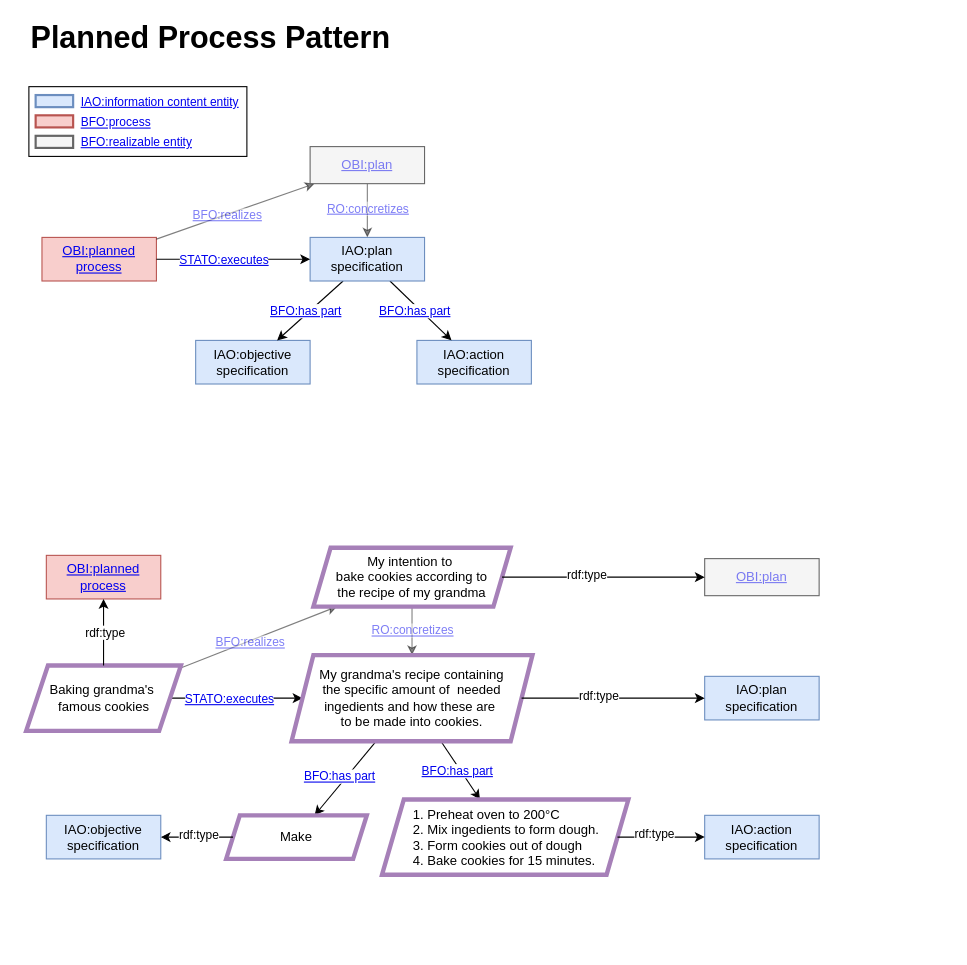
NFDI4Chem/VibrationalSpectroscopyOntology keeps this draw.io diagram as page "Planned Process Pattern" (2 of 5) of docs/images/VIBSO_T-Box_graph_views.drawio. Above is the earlier version. Source tidied: cells renumbered, new cells numbered last; positions are measured from the earlier drawing's top-left corner, leaving out a move shared by most shapes. Both pictures are drawn from the tidied source at 109%, with x=0, y=0 at pixel (25, 21).
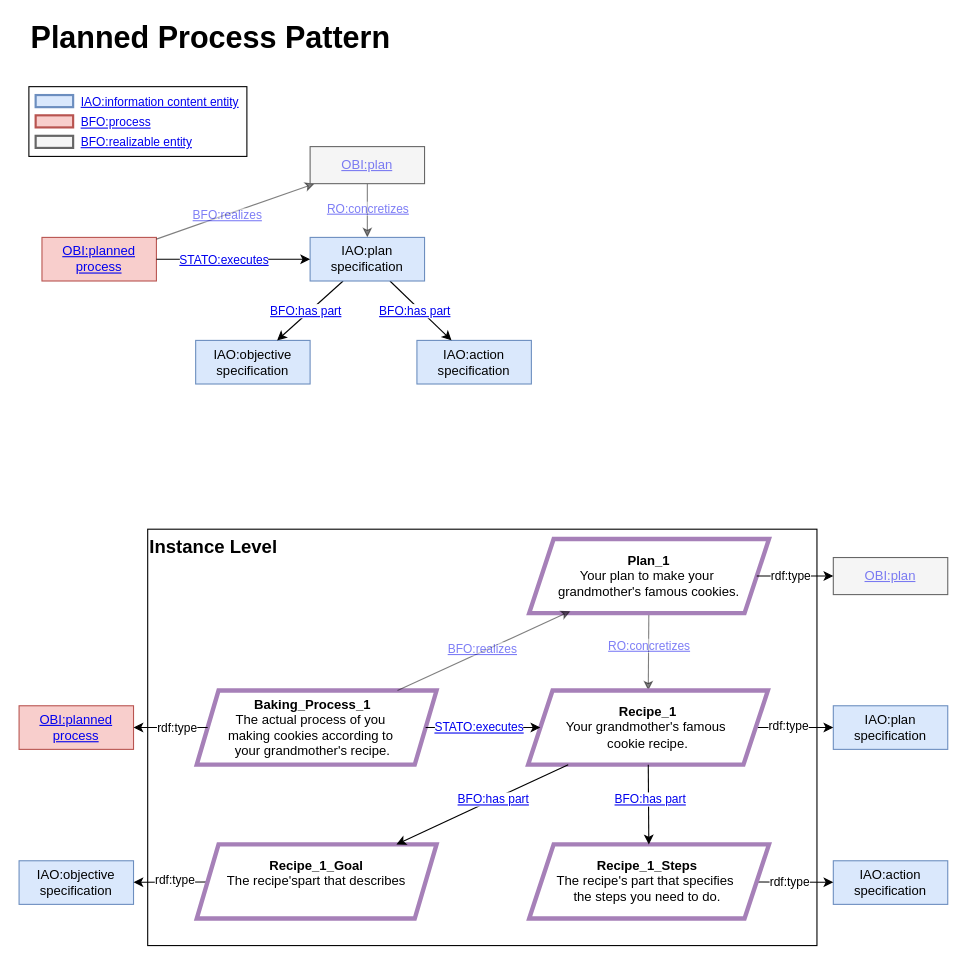
The same diagram, later.

Unchanged cells that the change refers to:
```xml
<mxCell id="48" style="rounded=0;jettySize=auto;html=1;" parent="1" edge="1" source="43" target="39">
  <mxGeometry relative="1" as="geometry" />
</mxCell>
<mxCell id="56" style="rounded=0;jettySize=auto;html=1;" parent="1" edge="1" source="45" target="38">
  <mxGeometry relative="1" as="geometry" />
</mxCell>
```

The edit, as a diff of the source:
```diff
@@
+    <mxCell id="58" value="&lt;div align=&quot;left&quot;&gt;&lt;b&gt;&lt;font style=&quot;font-size: 17px;&quot;&gt;Instance Level&lt;/font&gt;&lt;/b&gt;&lt;br&gt;&lt;/div&gt;" style="rounded=0;whiteSpace=wrap;html=1;align=left;verticalAlign=top;" parent="1" vertex="1">
+      <mxGeometry x="112" y="466" width="614" height="382" as="geometry" />
+    </mxCell>
@@
     <mxCell id="27" style="edgeStyle=none;rounded=0;orthogonalLoop=1;jettySize=auto;html=1;exitX=1;exitY=0.25;exitDx=0;exitDy=0;fontSize=12;" parent="1" edge="1">
       <mxGeometry relative="1" as="geometry">
-        <mxPoint x="490" y="578" as="sourcePoint" />
-        <mxPoint x="490" y="578" as="targetPoint" />
+        <mxPoint x="708" y="596" as="sourcePoint" />
+        <mxPoint x="708" y="596" as="targetPoint" />
       </mxGeometry>
     </mxCell>
-    <mxCell id="28" style="rounded=0;jettySize=auto;html=1;jumpStyle=arc;" parent="1" edge="1" source="44" target="47">
-      <mxGeometry relative="1" as="geometry" />
-    </mxCell>
-    <mxCell id="29" value="&lt;div&gt;&lt;a href=&quot;https://terminology.nfdi4chem.de/ts/ontologies/ro/props?iri=http%3A%2F%2Fpurl.obolibrary.org%2Fobo%2FBFO_0000051&quot;&gt;BFO:has part&lt;/a&gt;&lt;/div&gt;" style="edgeLabel;html=1;align=center;verticalAlign=middle;" parent="28" vertex="1">
-      <mxGeometry x="-0.22" y="2" relative="1" as="geometry">
-        <mxPoint x="-1" y="7" as="offset" />
-      </mxGeometry>
-    </mxCell>
-    <mxCell id="30" style="rounded=0;jettySize=auto;html=1;jumpStyle=arc;textOpacity=50;opacity=50;" parent="1" edge="1" source="45" target="43">
-      <mxGeometry relative="1" as="geometry" />
-    </mxCell>
-    <mxCell id="31" value="&lt;a href=&quot;https://terminology.nfdi4chem.de/ts/ontologies/ro/props?iri=http%3A%2F%2Fpurl.obolibrary.org%2Fobo%2FBFO_0000055&quot;&gt;BFO:realizes&lt;/a&gt;" style="edgeLabel;html=1;align=center;verticalAlign=middle;fontColor=#B3B3B3;textOpacity=50;" parent="30" vertex="1">
-      <mxGeometry x="-0.31" y="2" relative="1" as="geometry">
-        <mxPoint x="15" y="-3" as="offset" />
-      </mxGeometry>
-    </mxCell>
-    <mxCell id="32" style="rounded=0;jettySize=auto;html=1;" parent="1" edge="1" source="44" target="46">
-      <mxGeometry relative="1" as="geometry" />
-    </mxCell>
-    <mxCell id="33" value="&lt;div&gt;&lt;a href=&quot;https://terminology.nfdi4chem.de/ts/ontologies/ro/props?iri=http%3A%2F%2Fpurl.obolibrary.org%2Fobo%2FBFO_0000051&quot;&gt;BFO:has part&lt;/a&gt;&lt;/div&gt;" style="edgeLabel;html=1;align=center;verticalAlign=middle;" parent="32" vertex="1">
-      <mxGeometry x="-0.29" y="-4" relative="1" as="geometry">
-        <mxPoint x="-11" y="11" as="offset" />
-      </mxGeometry>
-    </mxCell>
-    <mxCell id="34" style="rounded=0;jettySize=auto;html=1;textOpacity=50;opacity=50;" parent="1" edge="1" source="43" target="44">
+    <mxCell id="34" style="rounded=0;jettySize=auto;html=1;textOpacity=50;opacity=50;" parent="1" edge="1" source="43" target="59">
       <mxGeometry relative="1" as="geometry" />
     </mxCell>
@@
-    <mxCell id="36" style="rounded=0;jettySize=auto;html=1;strokeColor=#000000;fontColor=#000000;" parent="1" edge="1" source="45" target="44">
-      <mxGeometry relative="1" as="geometry" />
-    </mxCell>
-    <mxCell id="37" value="&lt;a href=&quot;https://terminology.tib.eu/ts/ontologies/ms/props?iri=http%3A%2F%2Fpurl.obolibrary.org%2Fobo%2FSTATO_0000102&quot;&gt;STATO:executes&lt;/a&gt;" style="edgeLabel;html=1;align=center;verticalAlign=middle;fontColor=#000000;" parent="36" vertex="1">
-      <mxGeometry x="-0.23" y="-1" relative="1" as="geometry">
-        <mxPoint x="7" y="-1" as="offset" />
-      </mxGeometry>
-    </mxCell>
     <mxCell id="38" value="&lt;a style=&quot;background-color: initial;&quot; href=&quot;https://terminology.nfdi4chem.de/ts/ontologies/obi/terms?iri=http%3A%2F%2Fpurl.obolibrary.org%2Fobo%2FOBI_0000011&quot;&gt;OBI:planned process&lt;/a&gt;" style="rounded=0;whiteSpace=wrap;html=1;fillColor=#f8cecc;strokeColor=#b85450;" parent="1" vertex="1">
-      <mxGeometry x="19" y="490" width="105" height="40" as="geometry" />
+      <mxGeometry x="-6" y="628" width="105" height="40" as="geometry" />
     </mxCell>
     <mxCell id="39" value="&lt;a href=&quot;https://terminology.nfdi4chem.de/ts/ontologies/obi/terms?iri=http%253A%252F%252Fpurl.obolibrary.org%252Fobo%252FOBI_0000260&quot;&gt;OBI:plan&lt;/a&gt;" style="rounded=0;whiteSpace=wrap;html=1;fillColor=#f5f5f5;strokeColor=#666666;fontColor=#333333;textOpacity=50;" parent="1" vertex="1">
-      <mxGeometry x="623" y="493" width="105" height="34" as="geometry" />
+      <mxGeometry x="741" y="492" width="105" height="34" as="geometry" />
     </mxCell>
     <mxCell id="40" value="IAO:plan specification" style="rounded=0;whiteSpace=wrap;html=1;fillColor=#dae8fc;strokeColor=#6c8ebf;arcSize=15;glass=0;shadow=0;" parent="1" vertex="1">
-      <mxGeometry x="623" y="601" width="105" height="40" as="geometry" />
+      <mxGeometry x="741" y="628" width="105" height="40" as="geometry" />
     </mxCell>
     <mxCell id="41" value="IAO:action specification" style="rounded=0;whiteSpace=wrap;html=1;fillColor=#dae8fc;strokeColor=#6c8ebf;arcSize=15;glass=0;shadow=0;" parent="1" vertex="1">
-      <mxGeometry x="623" y="728.5" width="105" height="40" as="geometry" />
+      <mxGeometry x="741" y="770.2" width="105" height="40" as="geometry" />
     </mxCell>
     <mxCell id="42" value="IAO:objective specification" style="rounded=0;whiteSpace=wrap;html=1;fillColor=#dae8fc;strokeColor=#6c8ebf;" parent="1" vertex="1">
-      <mxGeometry x="19" y="728.5" width="105" height="40" as="geometry" />
+      <mxGeometry x="-6" y="770.2" width="105" height="40" as="geometry" />
     </mxCell>
-    <mxCell id="43" value="&lt;div&gt;My intention to&amp;nbsp;&lt;/div&gt;&lt;div&gt;bake cookies according to&lt;/div&gt;&lt;div&gt;the recipe of my grandma&lt;br&gt;&lt;/div&gt;" style="shape=parallelogram;perimeter=parallelogramPerimeter;whiteSpace=wrap;html=1;fixedSize=1;strokeColor=#A680B8;strokeWidth=4;size=15.833333333333485;" parent="1" vertex="1">
-      <mxGeometry x="264" y="483" width="181" height="54" as="geometry" />
+    <mxCell id="43" value="&lt;div&gt;&lt;b&gt;Plan_1&lt;/b&gt;&lt;br&gt;&lt;/div&gt;&lt;div&gt;Your plan to make your&amp;nbsp;&lt;/div&gt;&lt;div&gt;grandmother's famous cookies.&lt;br&gt;&lt;/div&gt;" style="shape=parallelogram;perimeter=parallelogramPerimeter;whiteSpace=wrap;html=1;fixedSize=1;strokeColor=#A680B8;strokeWidth=4;size=22.428571428571104;" parent="1" vertex="1">
+      <mxGeometry x="462" y="475" width="220" height="68" as="geometry" />
     </mxCell>
-    <mxCell id="44" value="&lt;div&gt;My grandma's recipe containing&lt;/div&gt;&lt;div&gt;&amp;nbsp;the specific amount of&amp;nbsp; needed&amp;nbsp;&lt;/div&gt;&lt;div&gt;ingedients and how these are&amp;nbsp;&lt;/div&gt;&lt;div&gt;to be made into cookies.&lt;/div&gt;" style="shape=parallelogram;perimeter=parallelogramPerimeter;whiteSpace=wrap;html=1;fixedSize=1;strokeColor=#A680B8;strokeWidth=4;" parent="1" vertex="1">
-      <mxGeometry x="244" y="581.5" width="221" height="79" as="geometry" />
-    </mxCell>
-    <mxCell id="45" value="&lt;div&gt;Baking grandma's&amp;nbsp;&lt;/div&gt;&lt;div&gt;famous cookies&lt;/div&gt;" style="shape=parallelogram;perimeter=parallelogramPerimeter;whiteSpace=wrap;html=1;fixedSize=1;strokeColor=#A680B8;strokeWidth=4;" parent="1" vertex="1">
-      <mxGeometry x="0.5" y="591" width="142" height="60" as="geometry" />
+    <mxCell id="45" value="&lt;div&gt;&lt;b&gt;Baking_Process_1&lt;/b&gt;&lt;/div&gt;&lt;div&gt;The actual process of you&amp;nbsp;&lt;/div&gt;&lt;div&gt;making cookies according to&amp;nbsp;&lt;/div&gt;&lt;div&gt;your grandmother's recipe.&lt;b&gt;&lt;br&gt;&lt;/b&gt;&lt;/div&gt;" style="shape=parallelogram;perimeter=parallelogramPerimeter;whiteSpace=wrap;html=1;fixedSize=1;strokeColor=#A680B8;strokeWidth=4;spacingLeft=-7;" parent="1" vertex="1">
+      <mxGeometry x="157" y="614" width="220" height="68" as="geometry" />
     </mxCell>
-    <mxCell id="46" value="&lt;div&gt;Make &lt;br&gt;&lt;/div&gt;" style="shape=parallelogram;perimeter=parallelogramPerimeter;whiteSpace=wrap;html=1;fixedSize=1;strokeColor=#A680B8;strokeWidth=4;size=12.5;" parent="1" vertex="1">
-      <mxGeometry x="184" y="728.5" width="129" height="40" as="geometry" />
-    </mxCell>
-    <mxCell id="47" value="&lt;div align=&quot;left&quot;&gt;&lt;ol&gt;&lt;li&gt;Preheat oven to 200°C&lt;/li&gt;&lt;li&gt;Mix ingedients to form dough.&lt;/li&gt;&lt;li&gt;Form cookies out of dough&lt;/li&gt;&lt;li&gt;Bake cookies for 15 minutes. &lt;/li&gt;&lt;/ol&gt;&lt;/div&gt;" style="shape=parallelogram;perimeter=parallelogramPerimeter;whiteSpace=wrap;html=1;fixedSize=1;strokeColor=#A680B8;strokeWidth=4;align=left;" parent="1" vertex="1">
-      <mxGeometry x="327" y="714" width="226" height="69" as="geometry" />
-    </mxCell>
@@
     <mxCell id="49" value="rdf:type" style="edgeLabel;html=1;align=center;verticalAlign=middle;" parent="48" vertex="1">
       <mxGeometry x="-0.16" y="-2" relative="1" as="geometry">
-        <mxPoint x="-1" y="-5" as="offset" />
+        <mxPoint x="2" y="-3" as="offset" />
       </mxGeometry>
     </mxCell>
-    <mxCell id="50" style="rounded=0;jettySize=auto;html=1;" parent="1" edge="1" source="44" target="40">
+    <mxCell id="50" style="rounded=0;jettySize=auto;html=1;" parent="1" edge="1" source="59" target="40">
       <mxGeometry relative="1" as="geometry" />
     </mxCell>
     <mxCell id="51" value="rdf:type" style="edgeLabel;html=1;align=center;verticalAlign=middle;" parent="50" vertex="1">
       <mxGeometry x="-0.16" y="-2" relative="1" as="geometry">
-        <mxPoint x="-1" y="-5" as="offset" />
+        <mxPoint y="-4" as="offset" />
       </mxGeometry>
     </mxCell>
-    <mxCell id="52" style="rounded=0;jettySize=auto;html=1;" parent="1" edge="1" source="47" target="41">
+    <mxCell id="52" style="rounded=0;jettySize=auto;html=1;" parent="1" edge="1" source="60" target="41">
       <mxGeometry relative="1" as="geometry" />
     </mxCell>
     <mxCell id="53" value="rdf:type" style="edgeLabel;html=1;align=center;verticalAlign=middle;" parent="52" vertex="1">
       <mxGeometry x="-0.16" y="-2" relative="1" as="geometry">
-        <mxPoint x="-1" y="-5" as="offset" />
+        <mxPoint y="-2" as="offset" />
       </mxGeometry>
     </mxCell>
-    <mxCell id="54" style="rounded=0;jettySize=auto;html=1;" parent="1" edge="1" source="46" target="42">
+    <mxCell id="54" style="rounded=0;jettySize=auto;html=1;" parent="1" edge="1" source="61" target="42">
       <mxGeometry relative="1" as="geometry" />
     </mxCell>
     <mxCell id="55" value="rdf:type" style="edgeLabel;html=1;align=center;verticalAlign=middle;" parent="54" vertex="1">
       <mxGeometry x="-0.16" y="-2" relative="1" as="geometry">
-        <mxPoint x="-4" as="offset" />
+        <mxPoint x="-1" as="offset" />
       </mxGeometry>
     </mxCell>
@@
     <mxCell id="57" value="rdf:type" style="edgeLabel;html=1;align=center;verticalAlign=middle;" parent="56" vertex="1">
       <mxGeometry x="-0.16" y="-2" relative="1" as="geometry">
-        <mxPoint x="-1" y="-5" as="offset" />
+        <mxPoint y="2" as="offset" />
       </mxGeometry>
     </mxCell>
+    <mxCell id="30" style="rounded=0;jettySize=auto;html=1;jumpStyle=arc;textOpacity=50;opacity=50;entryX=0.172;entryY=0.974;entryDx=0;entryDy=0;entryPerimeter=0;" parent="1" edge="1" source="45" target="43">
+      <mxGeometry relative="1" as="geometry" />
+    </mxCell>
+    <mxCell id="31" value="&lt;a href=&quot;https://terminology.nfdi4chem.de/ts/ontologies/ro/props?iri=http%3A%2F%2Fpurl.obolibrary.org%2Fobo%2FBFO_0000055&quot;&gt;BFO:realizes&lt;/a&gt;" style="edgeLabel;html=1;align=center;verticalAlign=middle;fontColor=#B3B3B3;textOpacity=50;" parent="30" vertex="1">
+      <mxGeometry x="-0.31" y="2" relative="1" as="geometry">
+        <mxPoint x="24" y="-12" as="offset" />
+      </mxGeometry>
+    </mxCell>
+    <mxCell id="59" value="&lt;div&gt;&lt;b&gt;Recipe_1&lt;br&gt;&lt;/b&gt;&lt;/div&gt;&lt;div&gt;Your grandmother's famous&amp;nbsp;&lt;/div&gt;&lt;div&gt;cookie recipe.&lt;/div&gt;" style="shape=parallelogram;perimeter=parallelogramPerimeter;whiteSpace=wrap;html=1;fixedSize=1;strokeColor=#A680B8;strokeWidth=4;size=22.428571428571104;" parent="1" vertex="1">
+      <mxGeometry x="461" y="614" width="220" height="68" as="geometry" />
+    </mxCell>
+    <mxCell id="60" value="&lt;div&gt;&lt;b&gt;Recipe_1_Steps&lt;br&gt;&lt;/b&gt;&lt;/div&gt;&lt;div&gt;The recipe's part that specifies&amp;nbsp;&lt;/div&gt;&lt;div&gt;the steps you need to do.&lt;br&gt;&lt;/div&gt;" style="shape=parallelogram;perimeter=parallelogramPerimeter;whiteSpace=wrap;html=1;fixedSize=1;strokeColor=#A680B8;strokeWidth=4;size=22.428571428571104;spacingLeft=-3;" parent="1" vertex="1">
+      <mxGeometry x="462" y="755.2" width="220" height="68" as="geometry" />
+    </mxCell>
+    <mxCell id="61" value="&lt;b&gt;Recipe_1_Goal&lt;br&gt;&lt;/b&gt;&lt;div&gt;The recipe'spart that describes &lt;br&gt;&lt;/div&gt;&lt;div&gt;&lt;br&gt;&lt;/div&gt;" style="shape=parallelogram;perimeter=parallelogramPerimeter;whiteSpace=wrap;html=1;fixedSize=1;strokeColor=#A680B8;strokeWidth=4;spacingLeft=0;spacing=0;verticalAlign=middle;align=center;spacingRight=0;" parent="1" vertex="1">
+      <mxGeometry x="157" y="755.2" width="220" height="68" as="geometry" />
+    </mxCell>
+    <mxCell id="36" style="rounded=0;jettySize=auto;html=1;strokeColor=#000000;fontColor=#000000;" parent="1" edge="1" source="45" target="59">
+      <mxGeometry relative="1" as="geometry" />
+    </mxCell>
+    <mxCell id="37" value="&lt;a href=&quot;https://terminology.tib.eu/ts/ontologies/ms/props?iri=http%3A%2F%2Fpurl.obolibrary.org%2Fobo%2FSTATO_0000102&quot;&gt;STATO:executes&lt;/a&gt;" style="edgeLabel;html=1;align=center;verticalAlign=middle;fontColor=#000000;" parent="36" vertex="1">
+      <mxGeometry x="-0.23" y="-1" relative="1" as="geometry">
+        <mxPoint x="7" y="-2" as="offset" />
+      </mxGeometry>
+    </mxCell>
+    <mxCell id="28" style="rounded=0;jettySize=auto;html=1;jumpStyle=arc;" parent="1" edge="1" source="59" target="60">
+      <mxGeometry relative="1" as="geometry" />
+    </mxCell>
+    <mxCell id="29" value="&lt;div&gt;&lt;a href=&quot;https://terminology.nfdi4chem.de/ts/ontologies/ro/props?iri=http%3A%2F%2Fpurl.obolibrary.org%2Fobo%2FBFO_0000051&quot;&gt;BFO:has part&lt;/a&gt;&lt;/div&gt;" style="edgeLabel;html=1;align=center;verticalAlign=middle;" parent="28" vertex="1">
+      <mxGeometry x="-0.22" y="2" relative="1" as="geometry">
+        <mxPoint x="-1" y="3" as="offset" />
+      </mxGeometry>
+    </mxCell>
+    <mxCell id="32" style="rounded=0;jettySize=auto;html=1;" parent="1" edge="1" source="59" target="61">
+      <mxGeometry relative="1" as="geometry" />
+    </mxCell>
+    <mxCell id="33" value="&lt;div&gt;&lt;a href=&quot;https://terminology.nfdi4chem.de/ts/ontologies/ro/props?iri=http%3A%2F%2Fpurl.obolibrary.org%2Fobo%2FBFO_0000051&quot;&gt;BFO:has part&lt;/a&gt;&lt;/div&gt;" style="edgeLabel;html=1;align=center;verticalAlign=middle;" parent="32" vertex="1">
+      <mxGeometry x="-0.29" y="-4" relative="1" as="geometry">
+        <mxPoint x="-11" y="9" as="offset" />
+      </mxGeometry>
+    </mxCell>
```
